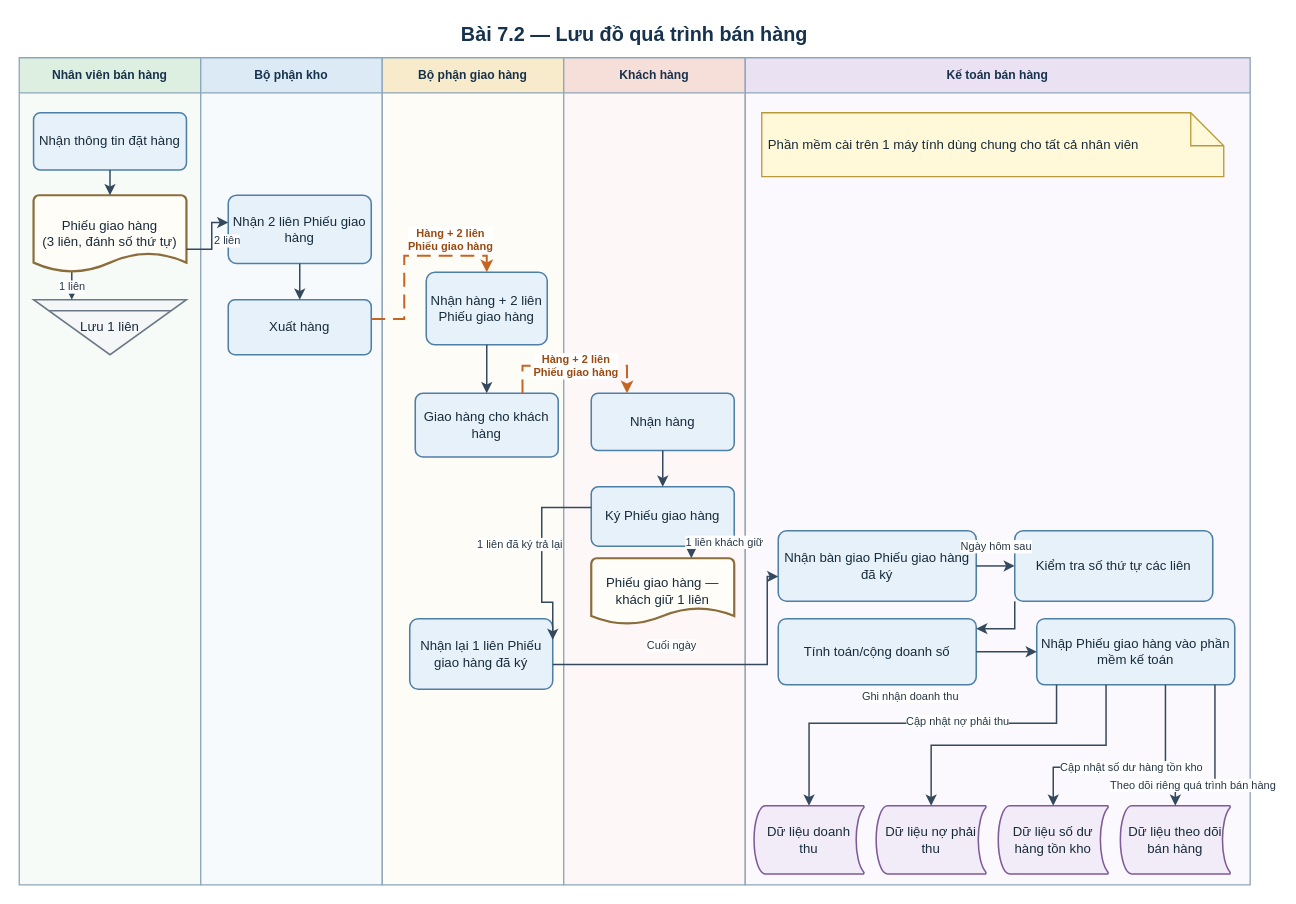
saigonbaddielover/thtrang keeps this draw.io diagram as assets/drawio/11_sales_flow.drawio. Above is the earlier version. Source tidied: cells renumbered, new cells numbered last; positions are measured from the earlier drawing's top-left corner, leaving out a move shared by most shapes. Both pictures are drawn from the tidied source at 110%, with x=0, y=0 at pixel (19, 19).
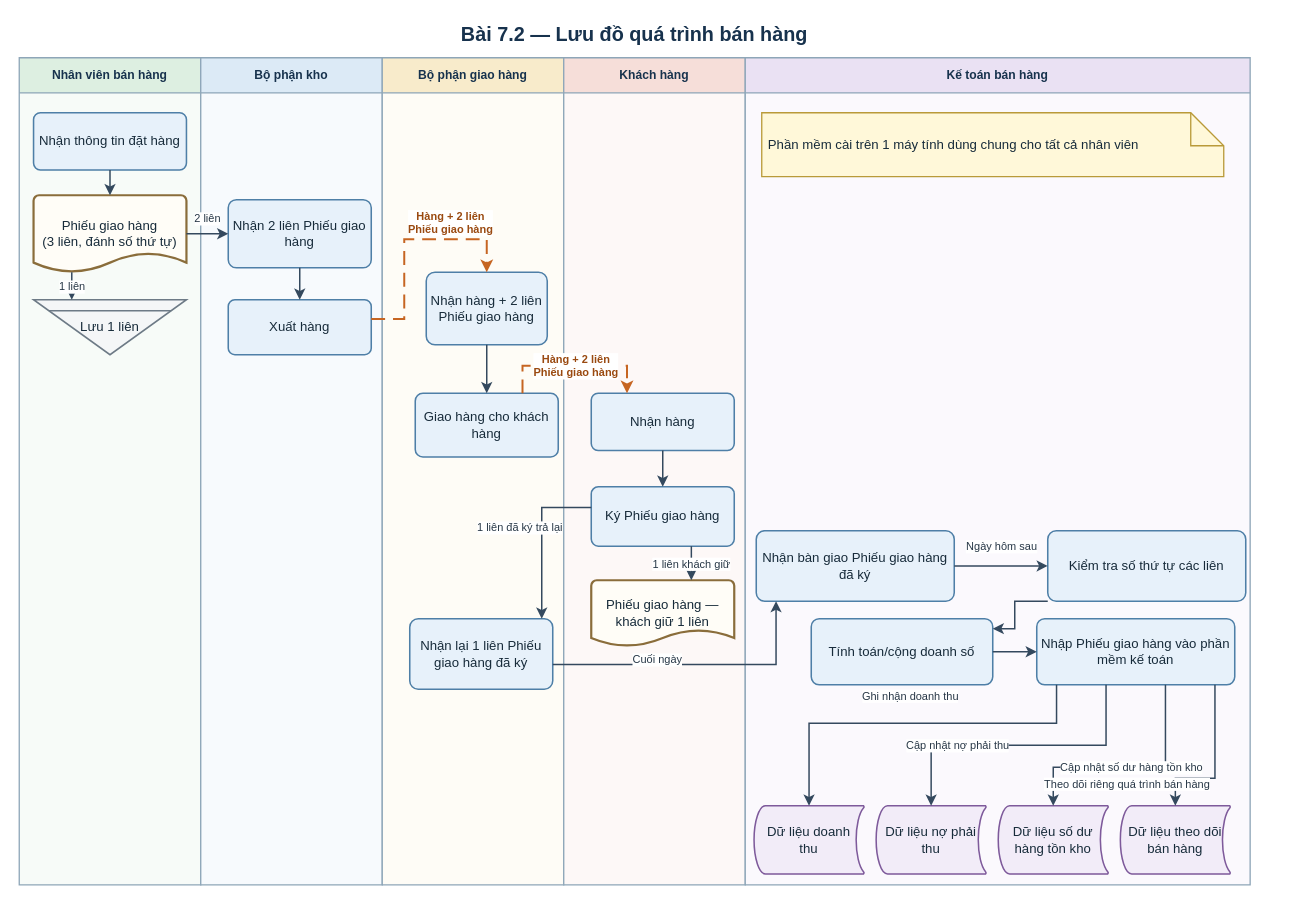
After the change.

The change refers to these unchanged cells:
```xml
<mxCell id="4" value="Bộ phận kho" style="swimlane;horizontal=1;startSize=32;html=1;whiteSpace=wrap;fontFamily=Arial;fontSize=11;fontStyle=1;fontColor=#17324D;align=center;verticalAlign=middle;rounded=0;fillColor=#DCEAF6;swimlaneFillColor=#F7FAFD;strokeColor=#8EA6B8;strokeWidth=1.2;" parent="1" vertex="1">
  <mxGeometry x="165" y="35" width="165" height="752" as="geometry" />
</mxCell>
<mxCell id="6" value="Khách hàng" style="swimlane;horizontal=1;startSize=32;html=1;whiteSpace=wrap;fontFamily=Arial;fontSize=11;fontStyle=1;fontColor=#17324D;align=center;verticalAlign=middle;rounded=0;fillColor=#F6DED9;swimlaneFillColor=#FDF8F7;strokeColor=#8EA6B8;strokeWidth=1.2;" parent="1" vertex="1">
  <mxGeometry x="495" y="35" width="165" height="752" as="geometry" />
</mxCell>
<mxCell id="7" value="Kế toán bán hàng" style="swimlane;horizontal=1;startSize=32;html=1;whiteSpace=wrap;fontFamily=Arial;fontSize=11;fontStyle=1;fontColor=#17324D;align=center;verticalAlign=middle;rounded=0;fillColor=#EAE1F3;swimlaneFillColor=#FBF9FD;strokeColor=#8EA6B8;strokeWidth=1.2;" parent="1" vertex="1">
  <mxGeometry x="660" y="35" width="459" height="752" as="geometry" />
</mxCell>
<mxCell id="9" value="Phiếu giao hàng&lt;br&gt;(3 liên, đánh số thứ tự)" style="shape=mxgraph.flowchart.document2;size=0.25;html=1;whiteSpace=wrap;fontFamily=Arial;align=center;verticalAlign=middle;fontColor=#172B3A; fontSize=11;spacing=4;fillColor=#FFFDF7;strokeColor=#8A6D3B;strokeWidth=2;" parent="3" vertex="1">
  <mxGeometry x="13" y="125" width="139" height="70" as="geometry" />
</mxCell>
<mxCell id="12" value="Xuất hàng" style="rounded=1;arcSize=12;html=1;whiteSpace=wrap;fontFamily=Arial;align=center;verticalAlign=middle;fontColor=#172B3A; fontSize=11;spacing=5;fillColor=#E7F1FA;strokeColor=#4E7FA7;strokeWidth=1.4;" parent="4" vertex="1">
  <mxGeometry x="25" y="220" width="130" height="50" as="geometry" />
</mxCell>
<mxCell id="13" value="Nhận hàng + 2 liên Phiếu giao hàng" style="rounded=1;arcSize=12;html=1;whiteSpace=wrap;fontFamily=Arial;align=center;verticalAlign=middle;fontColor=#172B3A; fontSize=11;spacing=5;fillColor=#E7F1FA;strokeColor=#4E7FA7;strokeWidth=1.4;" parent="5" vertex="1">
  <mxGeometry x="40" y="195" width="110" height="66" as="geometry" />
</mxCell>
<mxCell id="15" value="Nhận lại 1 liên Phiếu giao hàng đã ký" style="rounded=1;arcSize=12;html=1;whiteSpace=wrap;fontFamily=Arial;align=center;verticalAlign=middle;fontColor=#172B3A; fontSize=11;spacing=5;fillColor=#E7F1FA;strokeColor=#4E7FA7;strokeWidth=1.4;" parent="5" vertex="1">
  <mxGeometry x="25" y="510" width="130" height="64" as="geometry" />
</mxCell>
<mxCell id="17" value="Ký Phiếu giao hàng" style="rounded=1;arcSize=12;html=1;whiteSpace=wrap;fontFamily=Arial;align=center;verticalAlign=middle;fontColor=#172B3A; fontSize=11;spacing=5;fillColor=#E7F1FA;strokeColor=#4E7FA7;strokeWidth=1.4;" parent="6" vertex="1">
  <mxGeometry x="25" y="390" width="130" height="54" as="geometry" />
</mxCell>
<mxCell id="22" value="Nhập Phiếu giao hàng vào phần mềm kế toán" style="rounded=1;arcSize=12;html=1;whiteSpace=wrap;fontFamily=Arial;align=center;verticalAlign=middle;fontColor=#172B3A; fontSize=11;spacing=5;fillColor=#E7F1FA;strokeColor=#4E7FA7;strokeWidth=1.4;" parent="7" vertex="1">
  <mxGeometry x="265" y="510" width="180" height="60" as="geometry" />
</mxCell>
<mxCell id="24" value="Dữ liệu nợ phải thu" style="shape=mxgraph.flowchart.stored_data;html=1;whiteSpace=wrap;fontFamily=Arial;align=center;verticalAlign=middle;fontColor=#172B3A; fontSize=10.5;spacing=4;fillColor=#F2ECF8;strokeColor=#7E5A9B;strokeWidth=1.4;" parent="7" vertex="1">
  <mxGeometry x="119" y="680" width="100" height="62" as="geometry" />
</mxCell>
<mxCell id="26" value="Dữ liệu theo dõi bán hàng" style="shape=mxgraph.flowchart.stored_data;html=1;whiteSpace=wrap;fontFamily=Arial;align=center;verticalAlign=middle;fontColor=#172B3A; fontSize=10.5;spacing=4;fillColor=#F2ECF8;strokeColor=#7E5A9B;strokeWidth=1.4;" parent="7" vertex="1">
  <mxGeometry x="341" y="680" width="100" height="62" as="geometry" />
</mxCell>
```

What changed in the source:
```diff
@@
     <mxCell id="11" value="Nhận 2 liên Phiếu giao hàng" style="rounded=1;arcSize=12;html=1;whiteSpace=wrap;fontFamily=Arial;align=center;verticalAlign=middle;fontColor=#172B3A; fontSize=11;spacing=5;fillColor=#E7F1FA;strokeColor=#4E7FA7;strokeWidth=1.4;" parent="4" vertex="1">
-      <mxGeometry x="25" y="125" width="130" height="62" as="geometry" />
+      <mxGeometry x="25" y="129" width="130" height="62" as="geometry" />
     </mxCell>
@@
     <mxCell id="18" value="Phiếu giao hàng — khách giữ 1 liên" style="shape=mxgraph.flowchart.document2;size=0.25;html=1;whiteSpace=wrap;fontFamily=Arial;align=center;verticalAlign=middle;fontColor=#172B3A; fontSize=11;spacing=4;fillColor=#FFFDF7;strokeColor=#8A6D3B;strokeWidth=2;" parent="6" vertex="1">
-      <mxGeometry x="25" y="455" width="130" height="60" as="geometry" />
+      <mxGeometry x="25" y="475" width="130" height="60" as="geometry" />
     </mxCell>
     <mxCell id="19" value="Nhận bàn giao Phiếu giao hàng đã ký" style="rounded=1;arcSize=12;html=1;whiteSpace=wrap;fontFamily=Arial;align=center;verticalAlign=middle;fontColor=#172B3A; fontSize=11;spacing=5;fillColor=#E7F1FA;strokeColor=#4E7FA7;strokeWidth=1.4;" parent="7" vertex="1">
-      <mxGeometry x="30" y="430" width="180" height="64" as="geometry" />
+      <mxGeometry x="10" y="430" width="180" height="64" as="geometry" />
     </mxCell>
     <mxCell id="20" value="Kiểm tra số thứ tự các liên" style="rounded=1;arcSize=12;html=1;whiteSpace=wrap;fontFamily=Arial;align=center;verticalAlign=middle;fontColor=#172B3A; fontSize=11;spacing=5;fillColor=#E7F1FA;strokeColor=#4E7FA7;strokeWidth=1.4;" parent="7" vertex="1">
-      <mxGeometry x="245" y="430" width="180" height="64" as="geometry" />
+      <mxGeometry x="275" y="430" width="180" height="64" as="geometry" />
     </mxCell>
     <mxCell id="21" value="Tính toán/cộng doanh số" style="rounded=1;arcSize=12;html=1;whiteSpace=wrap;fontFamily=Arial;align=center;verticalAlign=middle;fontColor=#172B3A; fontSize=11;spacing=5;fillColor=#E7F1FA;strokeColor=#4E7FA7;strokeWidth=1.4;" parent="7" vertex="1">
-      <mxGeometry x="30" y="510" width="180" height="60" as="geometry" />
+      <mxGeometry x="60" y="510" width="165" height="60" as="geometry" />
     </mxCell>
@@
-    <mxCell id="30" value="2 liên" style="edgeStyle=orthogonalEdgeStyle;rounded=0;jettySize=auto;html=1;fontFamily=Arial;fontSize=10;fontColor=#273746;labelBackgroundColor=#FFFFFF;strokeColor=#34495E;strokeWidth=1.35;endArrow=classic;endFill=1;exitX=1;exitY=0.7;entryX=0;entryY=0.4;" parent="1" edge="1" source="9" target="11">
+    <mxCell id="30" value="2 liên" style="edgeStyle=orthogonalEdgeStyle;rounded=0;jettySize=auto;html=1;fontFamily=Arial;fontSize=10;fontColor=#273746;labelBackgroundColor=#FFFFFF;strokeColor=#34495E;strokeWidth=1.35;endArrow=classic;endFill=1;exitX=1;exitY=0.5;entryX=0;entryY=0.5;" parent="1" edge="1" source="9" target="11">
       <mxGeometry relative="1" as="geometry">
-        <Array as="points">
-          <mxPoint x="175" y="209" />
-          <mxPoint x="175" y="185" />
-        </Array>
-        <mxPoint x="14" as="offset" />
+        <mxPoint y="-14" as="offset" />
       </mxGeometry>
     </mxCell>
@@
     <mxCell id="32" value="Hàng + 2 liên&lt;br&gt;Phiếu giao hàng" style="edgeStyle=orthogonalEdgeStyle;rounded=0;jettySize=auto;html=1;fontFamily=Arial;fontSize=10;fontStyle=1;fontColor=#9A4A11;labelBackgroundColor=#FFFFFF;strokeColor=#C66522;strokeWidth=1.8;dashed=1;dashPattern=7 4;endArrow=classic;endFill=1;exitX=1;exitY=0.35;entryX=0.5;entryY=0;" parent="1" edge="1" source="12" target="13">
       <mxGeometry relative="1" as="geometry">
         <Array as="points">
           <mxPoint x="350" y="272.5" />
-          <mxPoint x="350" y="215" />
-          <mxPoint x="425" y="215" />
+          <mxPoint x="350" y="200" />
+          <mxPoint x="425" y="200" />
         </Array>
         <mxPoint x="40" y="-15" as="offset" />
       </mxGeometry>
     </mxCell>
@@
     <mxCell id="36" value="1 liên khách giữ" style="edgeStyle=orthogonalEdgeStyle;rounded=0;jettySize=auto;html=1;fontFamily=Arial;fontSize=10;fontColor=#273746;labelBackgroundColor=#FFFFFF;strokeColor=#34495E;strokeWidth=1.35;endArrow=classic;endFill=1;exitX=0.7;exitY=1;entryX=0.7;entryY=0;" parent="1" edge="1" source="17" target="18">
-      <mxGeometry relative="1" as="geometry">
-        <mxPoint x="30" y="-10" as="offset" />
-      </mxGeometry>
+      <mxGeometry relative="1" as="geometry" />
     </mxCell>
-    <mxCell id="37" value="1 liên đã ký trả lại" style="edgeStyle=orthogonalEdgeStyle;rounded=0;jettySize=auto;html=1;fontFamily=Arial;fontSize=10;fontColor=#273746;labelBackgroundColor=#FFFFFF;strokeColor=#34495E;strokeWidth=1.35;endArrow=classic;endFill=1;exitX=0;exitY=0.35;entryX=1;entryY=0.3;" parent="1" edge="1" source="17" target="15">
+    <mxCell id="37" value="1 liên đã ký trả lại" style="edgeStyle=orthogonalEdgeStyle;rounded=0;jettySize=auto;html=1;fontFamily=Arial;fontSize=10;fontColor=#273746;labelBackgroundColor=#FFFFFF;strokeColor=#34495E;strokeWidth=1.35;endArrow=classic;endFill=1;exitX=0;exitY=0.35;entryX=0.9230769;entryY=0;" parent="1" edge="1" source="17" target="15">
       <mxGeometry relative="1" as="geometry">
         <Array as="points">
-          <mxPoint x="475" y="444" />
-          <mxPoint x="475" y="530" />
+          <mxPoint x="475" y="443.9" />
+          <mxPoint x="475" y="510" />
         </Array>
         <mxPoint x="-20" y="-10" as="offset" />
       </mxGeometry>
     </mxCell>
-    <mxCell id="38" value="Cuối ngày" style="edgeStyle=orthogonalEdgeStyle;rounded=0;jettySize=auto;html=1;fontFamily=Arial;fontSize=10;fontColor=#273746;labelBackgroundColor=#FFFFFF;strokeColor=#34495E;strokeWidth=1.35;endArrow=classic;endFill=1;exitX=1;exitY=0.65;entryX=0;entryY=0.65;" parent="1" edge="1" source="15" target="19">
+    <mxCell id="38" value="Cuối ngày" style="edgeStyle=orthogonalEdgeStyle;rounded=0;jettySize=auto;html=1;fontFamily=Arial;fontSize=10;fontColor=#273746;labelBackgroundColor=#FFFFFF;strokeColor=#34495E;strokeWidth=1.35;endArrow=classic;endFill=1;exitX=1;exitY=0.65;entryX=0.1;entryY=1;" parent="1" edge="1" source="15" target="19">
       <mxGeometry relative="1" as="geometry">
         <Array as="points">
-          <mxPoint x="680" y="587" />
-          <mxPoint x="680" y="507" />
+          <mxPoint x="688" y="586.6" />
         </Array>
-        <mxPoint x="-35" y="-18" as="offset" />
+        <mxPoint x="-35" y="-5" as="offset" />
       </mxGeometry>
     </mxCell>
@@
     <mxCell id="43" value="Cập nhật nợ phải thu" style="edgeStyle=orthogonalEdgeStyle;rounded=0;jettySize=auto;html=1;fontFamily=Arial;fontSize=10;fontColor=#273746;labelBackgroundColor=#FFFFFF;strokeColor=#34495E;strokeWidth=1.35;endArrow=classic;endFill=1;exitX=0.35;exitY=1;entryX=0.5;entryY=0;" parent="1" edge="1" source="22" target="24">
       <mxGeometry relative="1" as="geometry">
         <Array as="points">
           <mxPoint x="988" y="660" />
           <mxPoint x="829" y="660" />
         </Array>
-        <mxPoint x="-55" y="-22" as="offset" />
+        <mxPoint x="-55" as="offset" />
       </mxGeometry>
     </mxCell>
@@
     <mxCell id="45" value="Theo dõi riêng quá trình bán hàng" style="edgeStyle=orthogonalEdgeStyle;rounded=0;jettySize=auto;html=1;fontFamily=Arial;fontSize=10;fontColor=#273746;labelBackgroundColor=#FFFFFF;strokeColor=#34495E;strokeWidth=1.35;endArrow=classic;endFill=1;exitX=0.9;exitY=1;entryX=0.5;entryY=0;" parent="1" edge="1" source="22" target="26">
       <mxGeometry relative="1" as="geometry">
         <Array as="points">
-          <mxPoint x="1087" y="700" />
-          <mxPoint x="1051" y="700" />
+          <mxPoint x="1087" y="690" />
+          <mxPoint x="1051" y="690" />
         </Array>
-        <mxPoint x="-20" y="18" as="offset" />
+        <mxPoint x="-80" y="17" as="offset" />
       </mxGeometry>
     </mxCell>
```
